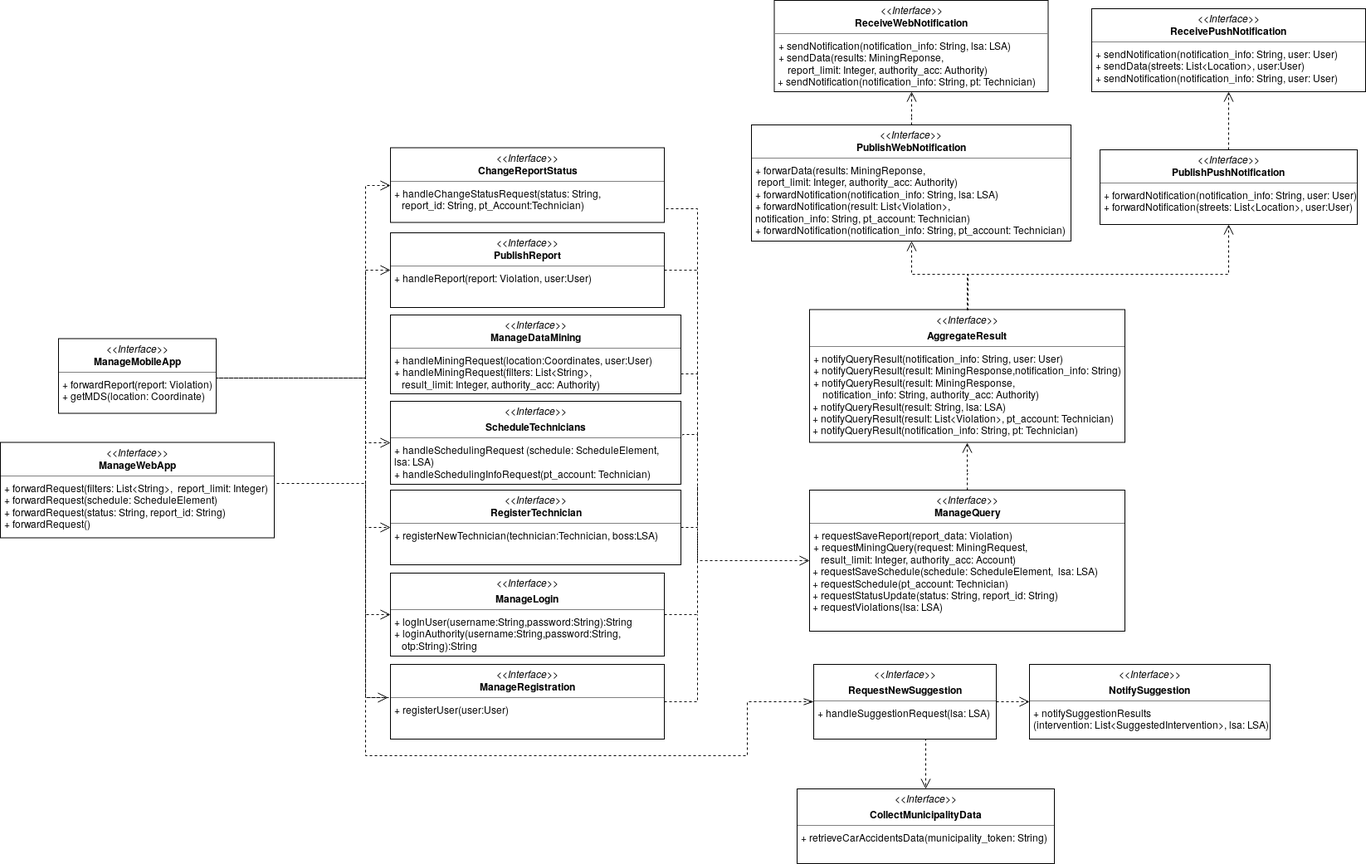
The draw.io diagram DD/Images/UML_diagrams/interface_diagram_safestreets.png in LukeKan/SW2_Project, before a commit. Source tidied: cells renumbered, new cells last; positions are measured from the earlier drawing's top-left corner, leaving out a move shared by most shapes.
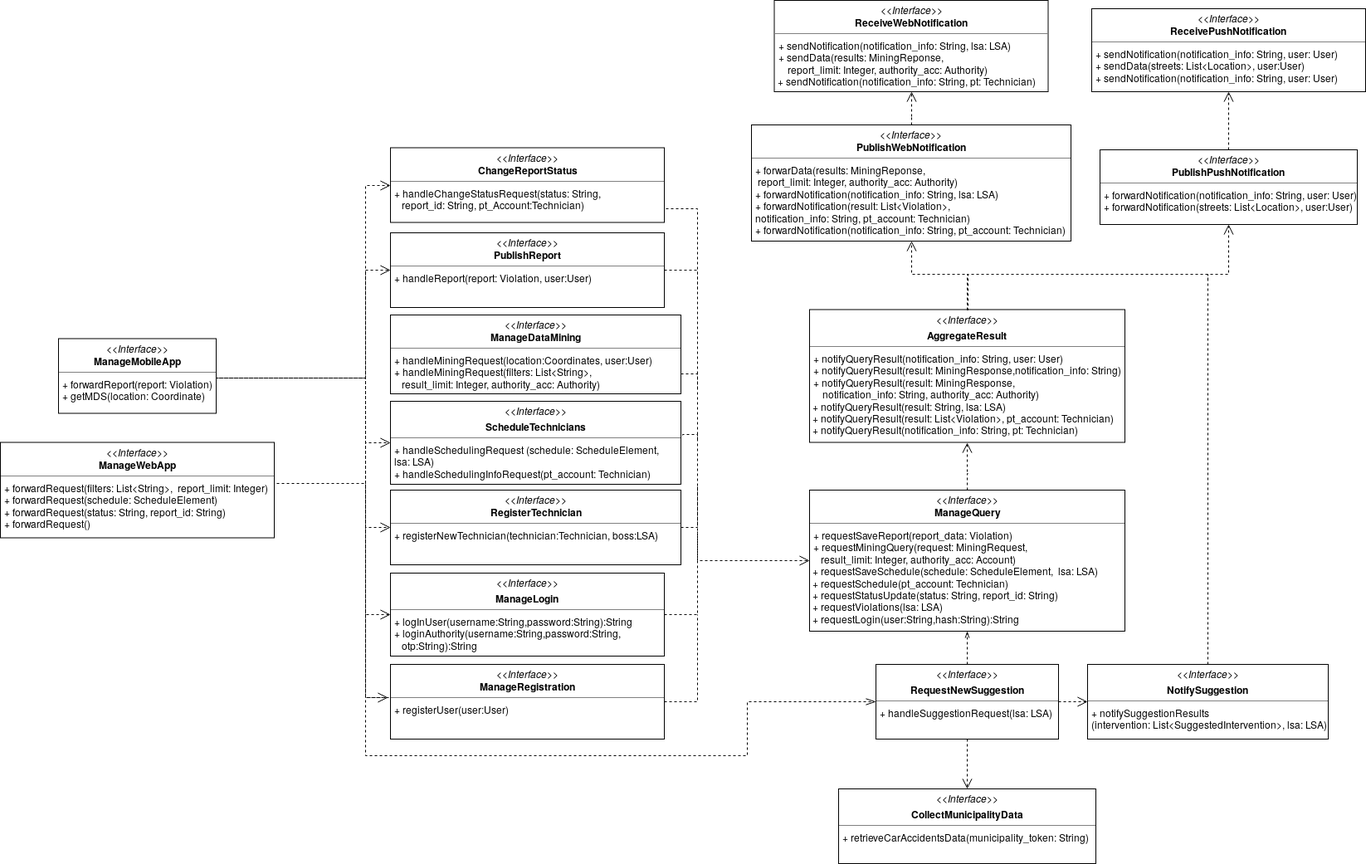
Above is the later version.

The edit, as a diff of the source:
```diff
@@ -46,17 +46,28 @@
     <mxCell id="14" value="&lt;p style=&quot;margin: 0px ; margin-top: 4px ; text-align: center&quot;&gt;&lt;i&gt;&amp;lt;&amp;lt;Interface&amp;gt;&amp;gt;&lt;/i&gt;&lt;/p&gt;&lt;p style=&quot;margin: 0px ; margin-top: 4px ; text-align: center&quot;&gt;&lt;b&gt;AggregateResult&lt;/b&gt;&lt;br&gt;&lt;/p&gt;&lt;hr size=&quot;1&quot;&gt;&lt;p style=&quot;margin: 0px ; margin-left: 4px&quot;&gt;+ notifyQueryResult(notification_info: String, user: User)&lt;/p&gt;&lt;p style=&quot;margin: 0px ; margin-left: 4px&quot;&gt;+ notifyQueryResult(result: MiningResponse,notification_info: String)&lt;br&gt;+ notifyQueryResult(result: MiningResponse,&lt;br&gt;&lt;/p&gt;&lt;div&gt;&amp;nbsp;&amp;nbsp;&amp;nbsp;&amp;nbsp; notification_info: String, authority_acc: Authority)&lt;/div&gt;&lt;div&gt;&amp;nbsp;+ notifyQueryResult(result: String, lsa: LSA)&lt;/div&gt;&lt;div&gt;&amp;nbsp;+ notifyQueryResult(result: List&amp;lt;Violation&amp;gt;, pt_account: Technician)&lt;/div&gt;&lt;div&gt;&amp;nbsp;+ notifyQueryResult(notification_info: String, pt: Technician)&lt;/div&gt;" style="verticalAlign=top;align=left;overflow=fill;fontSize=12;fontFamily=Helvetica;html=1;rounded=0;shadow=0;comic=0;labelBackgroundColor=none;strokeWidth=1;" parent="1" vertex="1">
       <mxGeometry x="975" y="372.5" width="380" height="160" as="geometry" />
     </mxCell>
-    <mxCell id="15" value="&lt;p style=&quot;margin: 0px ; margin-top: 4px ; text-align: center&quot;&gt;&lt;i&gt;&amp;lt;&amp;lt;Interface&amp;gt;&amp;gt;&lt;/i&gt;&lt;br&gt;&lt;b&gt;ManageQuery&lt;/b&gt;&lt;/p&gt;&lt;hr size=&quot;1&quot;&gt;&lt;p style=&quot;margin: 0px ; margin-left: 4px&quot;&gt;+ requestSaveReport(report_data: Violation)&lt;/p&gt;&lt;p style=&quot;margin: 0px ; margin-left: 4px&quot;&gt;+ requestMiningQuery(request: MiningRequest, &lt;br&gt;&lt;/p&gt;&lt;p style=&quot;margin: 0px ; margin-left: 4px&quot;&gt;&amp;nbsp;&amp;nbsp; result_limit: Integer, authority_acc: Account)&lt;/p&gt;&lt;div&gt;&amp;nbsp;+ requestSaveSchedule(schedule: ScheduleElement,&amp;nbsp;&amp;nbsp;lsa: LSA)&lt;/div&gt;&lt;div&gt;&amp;nbsp;+ requestSchedule(pt_account: Technician)&lt;/div&gt;&lt;div&gt;&amp;nbsp;+ requestStatusUpdate(status: String, report_id: String)&lt;/div&gt;&lt;div&gt;&amp;nbsp;+ requestViolations(lsa: LSA)&lt;/div&gt;" style="verticalAlign=top;align=left;overflow=fill;fontSize=12;fontFamily=Helvetica;html=1;rounded=0;shadow=0;comic=0;labelBackgroundColor=none;strokeWidth=1;" parent="1" vertex="1">
+    <mxCell id="15" value="&lt;p style=&quot;margin: 0px ; margin-top: 4px ; text-align: center&quot;&gt;&lt;i&gt;&amp;lt;&amp;lt;Interface&amp;gt;&amp;gt;&lt;/i&gt;&lt;br&gt;&lt;b&gt;ManageQuery&lt;/b&gt;&lt;/p&gt;&lt;hr size=&quot;1&quot;&gt;&lt;p style=&quot;margin: 0px ; margin-left: 4px&quot;&gt;+ requestSaveReport(report_data: Violation)&lt;/p&gt;&lt;p style=&quot;margin: 0px ; margin-left: 4px&quot;&gt;+ requestMiningQuery(request: MiningRequest, &lt;br&gt;&lt;/p&gt;&lt;p style=&quot;margin: 0px ; margin-left: 4px&quot;&gt;&amp;nbsp;&amp;nbsp; result_limit: Integer, authority_acc: Account)&lt;/p&gt;&lt;div&gt;&amp;nbsp;+ requestSaveSchedule(schedule: ScheduleElement,&amp;nbsp;&amp;nbsp;lsa: LSA)&lt;/div&gt;&lt;div&gt;&amp;nbsp;+ requestSchedule(pt_account: Technician)&lt;/div&gt;&lt;div&gt;&amp;nbsp;+ requestStatusUpdate(status: String, report_id: String)&lt;/div&gt;&lt;div&gt;&amp;nbsp;+ requestViolations(lsa: LSA)&lt;/div&gt;&lt;div&gt;&amp;nbsp;+ requestLogin(user:String,hash:String):String&lt;/div&gt;" style="verticalAlign=top;align=left;overflow=fill;fontSize=12;fontFamily=Helvetica;html=1;rounded=0;shadow=0;comic=0;labelBackgroundColor=none;strokeWidth=1;" parent="1" vertex="1">
       <mxGeometry x="975" y="590" width="380" height="170" as="geometry" />
     </mxCell>
+    <mxCell id="42" style="edgeStyle=orthogonalEdgeStyle;rounded=0;jettySize=auto;html=1;exitX=0.5;exitY=0;exitDx=0;exitDy=0;entryX=0.5;entryY=1;entryDx=0;entryDy=0;dashed=1;endArrow=openThin;endFill=0;" parent="1" edge="1" source="16" target="15">
+      <mxGeometry relative="1" as="geometry" />
+    </mxCell>
     <mxCell id="16" value="&lt;p style=&quot;margin: 0px ; margin-top: 4px ; text-align: center&quot;&gt;&lt;i&gt;&amp;lt;&amp;lt;Interface&amp;gt;&amp;gt;&lt;/i&gt;&lt;/p&gt;&lt;p style=&quot;margin: 0px ; margin-top: 4px ; text-align: center&quot;&gt;&lt;b&gt;RequestNewSuggestion&lt;/b&gt;&lt;br&gt;&lt;/p&gt;&lt;hr size=&quot;1&quot;&gt;&lt;p style=&quot;margin: 0px ; margin-left: 4px&quot;&gt;+ handleSuggestionRequest(lsa: LSA)&lt;/p&gt;" style="verticalAlign=top;align=left;overflow=fill;fontSize=12;fontFamily=Helvetica;html=1;rounded=0;shadow=0;comic=0;labelBackgroundColor=none;strokeWidth=1;" parent="1" vertex="1">
-      <mxGeometry x="980" y="800" width="220" height="90" as="geometry" />
+      <mxGeometry x="1055" y="800" width="220" height="90" as="geometry" />
     </mxCell>
     <mxCell id="17" value="&lt;p style=&quot;margin: 0px ; margin-top: 4px ; text-align: center&quot;&gt;&lt;i&gt;&amp;lt;&amp;lt;Interface&amp;gt;&amp;gt;&lt;/i&gt;&lt;/p&gt;&lt;p style=&quot;margin: 0px ; margin-top: 4px ; text-align: center&quot;&gt;&lt;b&gt;CollectMunicipalityData&lt;/b&gt;&lt;br&gt;&lt;/p&gt;&lt;hr size=&quot;1&quot;&gt;&lt;p style=&quot;margin: 0px ; margin-left: 4px&quot;&gt;+ retrieveCarAccidentsData(municipality_token: String)&lt;/p&gt;" style="verticalAlign=top;align=left;overflow=fill;fontSize=12;fontFamily=Helvetica;html=1;rounded=0;shadow=0;comic=0;labelBackgroundColor=none;strokeWidth=1;" parent="1" vertex="1">
-      <mxGeometry x="960" y="950" width="310" height="90" as="geometry" />
+      <mxGeometry x="1010" y="950" width="310" height="90" as="geometry" />
     </mxCell>
+    <mxCell id="43" style="edgeStyle=orthogonalEdgeStyle;rounded=0;jettySize=auto;html=1;exitX=0.5;exitY=0;exitDx=0;exitDy=0;dashed=1;endArrow=none;endFill=0;" parent="1" edge="1" source="18">
+      <mxGeometry relative="1" as="geometry">
+        <mxPoint x="1455" y="340" as="targetPoint" />
+        <Array as="points">
+          <mxPoint x="1455" y="330" />
+        </Array>
+      </mxGeometry>
+    </mxCell>
     <mxCell id="18" value="&lt;p style=&quot;margin: 0px ; margin-top: 4px ; text-align: center&quot;&gt;&lt;i&gt;&amp;lt;&amp;lt;Interface&amp;gt;&amp;gt;&lt;/i&gt;&lt;/p&gt;&lt;p style=&quot;margin: 0px ; margin-top: 4px ; text-align: center&quot;&gt;&lt;b&gt;NotifySuggestion&lt;/b&gt;&lt;br&gt;&lt;/p&gt;&lt;hr size=&quot;1&quot;&gt;&lt;p style=&quot;margin: 0px ; margin-left: 4px&quot;&gt;+ notifySuggestionResults&lt;/p&gt;&lt;p style=&quot;margin: 0px ; margin-left: 4px&quot;&gt;(intervention: List&amp;lt;SuggestedIntervention&amp;gt;, lsa: LSA)&lt;/p&gt;" style="verticalAlign=top;align=left;overflow=fill;fontSize=12;fontFamily=Helvetica;html=1;rounded=0;shadow=0;comic=0;labelBackgroundColor=none;strokeWidth=1;" parent="1" vertex="1">
-      <mxGeometry x="1240" y="800" width="290" height="90" as="geometry" />
+      <mxGeometry x="1310" y="800" width="290" height="90" as="geometry" />
     </mxCell>
     <mxCell id="19" value="&lt;p style=&quot;margin: 0px ; margin-top: 4px ; text-align: center&quot;&gt;&lt;i&gt;&amp;lt;&amp;lt;Interface&amp;gt;&amp;gt;&lt;/i&gt;&lt;br&gt;&lt;b&gt;PublishPushNotification&lt;/b&gt;&lt;br&gt;&lt;/p&gt;&lt;hr size=&quot;1&quot;&gt;&lt;p style=&quot;margin: 0px ; margin-left: 4px&quot;&gt;+ forwardNotification(notification_info: String, user: User)&lt;br&gt;+ forwardNotification(streets: List&amp;lt;Location&amp;gt;, user:User)&lt;/p&gt;" style="verticalAlign=top;align=left;overflow=fill;fontSize=12;fontFamily=Helvetica;html=1;rounded=0;shadow=0;comic=0;labelBackgroundColor=none;strokeWidth=1;" parent="1" vertex="1">
       <mxGeometry x="1325" y="180" width="310" height="90" as="geometry" />
@@ -126,19 +137,13 @@
         </Array>
       </mxGeometry>
     </mxCell>
-    <mxCell id="28" style="edgeStyle=orthogonalEdgeStyle;rounded=0;html=1;dashed=1;labelBackgroundColor=none;startFill=0;endArrow=open;endFill=0;endSize=10;fontFamily=Verdana;fontSize=10;exitX=1;exitY=0.5;exitDx=0;exitDy=0;" parent="1" edge="1" source="16">
-      <mxGeometry relative="1" as="geometry">
-        <mxPoint x="1240" y="845" as="targetPoint" />
-        <Array as="points">
-          <mxPoint x="1240" y="845" />
-          <mxPoint x="1240" y="845" />
-        </Array>
-      </mxGeometry>
+    <mxCell id="28" style="edgeStyle=orthogonalEdgeStyle;rounded=0;html=1;dashed=1;labelBackgroundColor=none;startFill=0;endArrow=open;endFill=0;endSize=10;fontFamily=Verdana;fontSize=10;exitX=1;exitY=0.5;exitDx=0;exitDy=0;entryX=0;entryY=0.5;entryDx=0;entryDy=0;" parent="1" edge="1" source="16" target="18">
+      <mxGeometry relative="1" as="geometry" />
     </mxCell>
     <mxCell id="29" style="edgeStyle=orthogonalEdgeStyle;rounded=0;html=1;dashed=1;labelBackgroundColor=none;startFill=0;endArrow=open;endFill=0;endSize=10;fontFamily=Verdana;fontSize=10;exitX=0.5;exitY=1;exitDx=0;exitDy=0;entryX=0.5;entryY=0;entryDx=0;entryDy=0;" parent="1" edge="1" source="16" target="17">
       <mxGeometry relative="1" as="geometry">
         <Array as="points">
-          <mxPoint x="1115" y="890" />
+          <mxPoint x="1165" y="950" />
         </Array>
       </mxGeometry>
     </mxCell>
```
